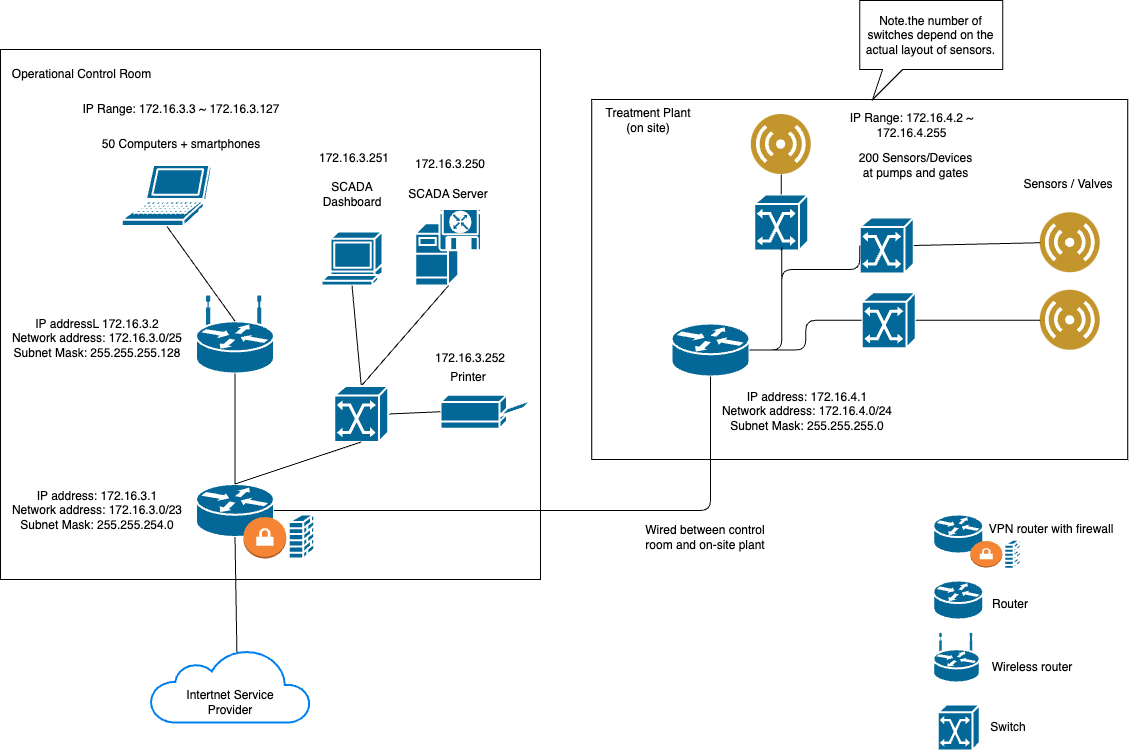
Earlier version of the draw.io export camn/summative/network_design_ope_room.png (JinIgarashi/york-cs-ai-online). Source tidied: cells renumbered, new cells last; positions are measured from the earlier drawing's top-left corner, leaving out a move shared by most shapes. Source of this version:
```xml
<mxGraphModel>
  <root>
    <mxCell id="0" />
    <mxCell id="1" parent="0" />
    <mxCell id="2" style="group;" parent="1" vertex="1">
      <mxGeometry x="150" y="649" width="160" height="73" as="geometry" />
    </mxCell>
    <mxCell id="3" style="html=1;verticalLabelPosition=bottom;align=center;labelBackgroundColor=#ffffff;verticalAlign=top;strokeWidth=2;strokeColor=#0080F0;shadow=0;dashed=0;shape=mxgraph.ios7.icons.cloud;" parent="2" vertex="1">
      <mxGeometry width="160" height="73" as="geometry" />
    </mxCell>
    <mxCell id="4" value="Intertnet Service Provider" style="text;html=1;strokeColor=none;fillColor=none;align=center;verticalAlign=middle;whiteSpace=wrap;rounded=0;" parent="2" vertex="1">
      <mxGeometry x="30" y="33" width="100" height="40" as="geometry" />
    </mxCell>
    <mxCell id="5" style="rounded=0;whiteSpace=wrap;html=1;" parent="1" vertex="1">
      <mxGeometry y="49" width="540" height="530" as="geometry" />
    </mxCell>
    <mxCell id="6" value="Operational Control Room" style="text;html=1;strokeColor=none;fillColor=none;align=center;verticalAlign=middle;whiteSpace=wrap;rounded=0;" parent="1" vertex="1">
      <mxGeometry x="10" y="59" width="143.1" height="30" as="geometry" />
    </mxCell>
    <mxCell id="7" style="shape=mxgraph.cisco.routers.router;sketch=0;html=1;dashed=0;fillColor=#036897;strokeColor=#ffffff;strokeWidth=2;verticalLabelPosition=bottom;verticalAlign=top;align=center;outlineConnect=0;" parent="1" vertex="1">
      <mxGeometry x="195.5" y="483.5" width="78" height="53" as="geometry" />
    </mxCell>
    <mxCell id="8" value="50 Computers + smartphones" style="text;html=1;strokeColor=none;fillColor=none;align=center;verticalAlign=middle;whiteSpace=wrap;rounded=0;" parent="1" vertex="1">
      <mxGeometry x="91.9" y="129" width="177.8" height="30" as="geometry" />
    </mxCell>
    <mxCell id="9" style="shape=mxgraph.cisco.routers.wireless_router;sketch=0;html=1;dashed=0;fillColor=#036897;strokeColor=#ffffff;strokeWidth=2;verticalLabelPosition=bottom;verticalAlign=top;align=center;outlineConnect=0;" parent="1" vertex="1">
      <mxGeometry x="195.5" y="296" width="78" height="77" as="geometry" />
    </mxCell>
    <mxCell id="10" style="shape=mxgraph.cisco.computers_and_peripherals.laptop;sketch=0;html=1;dashed=0;fillColor=#036897;strokeColor=#ffffff;strokeWidth=2;verticalLabelPosition=bottom;verticalAlign=top;align=center;outlineConnect=0;" parent="1" vertex="1">
      <mxGeometry x="121.1" y="164.5" width="90" height="61" as="geometry" />
    </mxCell>
    <mxCell id="11" style="shape=mxgraph.cisco.servers.software_based_server;sketch=0;html=1;dashed=0;fillColor=#036897;strokeColor=#ffffff;strokeWidth=2;verticalLabelPosition=bottom;verticalAlign=top;align=center;outlineConnect=0;" parent="1" vertex="1">
      <mxGeometry x="414.6" y="208" width="67" height="77" as="geometry" />
    </mxCell>
    <mxCell id="12" value="SCADA Server" style="text;html=1;strokeColor=none;fillColor=none;align=center;verticalAlign=middle;whiteSpace=wrap;rounded=0;" parent="1" vertex="1">
      <mxGeometry x="400" y="179" width="96.2" height="30" as="geometry" />
    </mxCell>
    <mxCell id="13" style="endArrow=none;html=1;entryX=0.5;entryY=0;entryDx=0;entryDy=0;entryPerimeter=0;exitX=0.5;exitY=1;exitDx=0;exitDy=0;exitPerimeter=0;edgeStyle=orthogonalEdgeStyle;" parent="1" edge="1" source="9" target="7">
      <mxGeometry relative="1" as="geometry" />
    </mxCell>
    <mxCell id="14" style="endArrow=none;html=1;entryX=0.5;entryY=1;entryDx=0;entryDy=0;entryPerimeter=0;exitX=0.5;exitY=0.32;exitDx=0;exitDy=0;exitPerimeter=0;" parent="1" edge="1" source="9" target="10">
      <mxGeometry relative="1" as="geometry" />
    </mxCell>
    <mxCell id="15" style="endArrow=none;html=1;exitX=0.5;exitY=0;exitDx=0;exitDy=0;exitPerimeter=0;entryX=0.5;entryY=1;entryDx=0;entryDy=0;entryPerimeter=0;" parent="1" edge="1" source="29" target="11">
      <mxGeometry relative="1" as="geometry" />
    </mxCell>
    <mxCell id="16" value="IP address: 172.16.3.1&lt;br&gt;Network address: 172.16.3.0/23&lt;br&gt;Subnet Mask: 255.255.254.0" style="text;html=1;strokeColor=none;fillColor=none;align=center;verticalAlign=middle;whiteSpace=wrap;rounded=0;" parent="1" vertex="1">
      <mxGeometry x="10" y="487.5" width="173.8" height="45" as="geometry" />
    </mxCell>
    <mxCell id="17" value="172.16.3.250" style="text;html=1;strokeColor=none;fillColor=none;align=center;verticalAlign=middle;whiteSpace=wrap;rounded=0;" parent="1" vertex="1">
      <mxGeometry x="400" y="149" width="100" height="30" as="geometry" />
    </mxCell>
    <mxCell id="18" value="IP Range: 172.16.3.3 ~ 172.16.3.127" style="text;html=1;strokeColor=none;fillColor=none;align=center;verticalAlign=middle;whiteSpace=wrap;rounded=0;" parent="1" vertex="1">
      <mxGeometry x="75.7" y="89" width="210" height="40" as="geometry" />
    </mxCell>
    <mxCell id="19" style="dashed=0;verticalLabelPosition=bottom;verticalAlign=top;align=center;html=1;shape=mxgraph.aws3.vpn_gateway;fillColor=#F58534;gradientColor=none;" parent="1" vertex="1">
      <mxGeometry x="242.9" y="516.5" width="42.9" height="41.5" as="geometry" />
    </mxCell>
    <mxCell id="20" style="shape=mxgraph.cisco.security.firewall;sketch=0;html=1;dashed=0;fillColor=#036897;strokeColor=#ffffff;strokeWidth=2;verticalLabelPosition=bottom;verticalAlign=top;align=center;" parent="1" vertex="1">
      <mxGeometry x="288.1" y="514" width="25.5" height="44" as="geometry" />
    </mxCell>
    <mxCell id="21" style="shape=mxgraph.cisco.computers_and_peripherals.printer;sketch=0;html=1;dashed=0;fillColor=#036897;strokeColor=#ffffff;strokeWidth=2;verticalLabelPosition=bottom;verticalAlign=top;align=center;outlineConnect=0;" parent="1" vertex="1">
      <mxGeometry x="440" y="394.2" width="91" height="34" as="geometry" />
    </mxCell>
    <mxCell id="22" style="endArrow=none;html=1;entryX=0;entryY=0.5;entryDx=0;entryDy=0;entryPerimeter=0;exitX=1;exitY=0.5;exitDx=0;exitDy=0;exitPerimeter=0;" parent="1" edge="1" source="29" target="21">
      <mxGeometry relative="1" as="geometry" />
    </mxCell>
    <mxCell id="23" value="Printer" style="text;html=1;strokeColor=none;fillColor=none;align=center;verticalAlign=middle;whiteSpace=wrap;rounded=0;" parent="1" vertex="1">
      <mxGeometry x="420" y="361.5" width="96.2" height="30" as="geometry" />
    </mxCell>
    <mxCell id="24" style="shape=mxgraph.cisco.computers_and_peripherals.terminal;sketch=0;html=1;dashed=0;fillColor=#036897;strokeColor=#ffffff;strokeWidth=2;verticalLabelPosition=bottom;verticalAlign=top;align=center;outlineConnect=0;" parent="1" vertex="1">
      <mxGeometry x="321" y="231" width="61" height="54" as="geometry" />
    </mxCell>
    <mxCell id="25" style="endArrow=none;html=1;exitX=0.5;exitY=0;exitDx=0;exitDy=0;exitPerimeter=0;entryX=0.5;entryY=1;entryDx=0;entryDy=0;entryPerimeter=0;" parent="1" edge="1" source="29" target="24">
      <mxGeometry relative="1" as="geometry" />
    </mxCell>
    <mxCell id="26" value="SCADA Dashboard" style="text;html=1;strokeColor=none;fillColor=none;align=center;verticalAlign=middle;whiteSpace=wrap;rounded=0;" parent="1" vertex="1">
      <mxGeometry x="303.8" y="179" width="96.2" height="30" as="geometry" />
    </mxCell>
    <mxCell id="27" value="172.16.3.251" style="text;html=1;strokeColor=none;fillColor=none;align=center;verticalAlign=middle;whiteSpace=wrap;rounded=0;" parent="1" vertex="1">
      <mxGeometry x="303.8" y="143" width="100" height="30" as="geometry" />
    </mxCell>
    <mxCell id="28" value="172.16.3.252" style="text;html=1;strokeColor=none;fillColor=none;align=center;verticalAlign=middle;whiteSpace=wrap;rounded=0;" parent="1" vertex="1">
      <mxGeometry x="420" y="343" width="100" height="30" as="geometry" />
    </mxCell>
    <mxCell id="29" style="shape=mxgraph.cisco.switches.atm_switch;sketch=0;html=1;dashed=0;fillColor=#036897;strokeColor=#ffffff;strokeWidth=2;verticalLabelPosition=bottom;verticalAlign=top;align=center;outlineConnect=0;" parent="1" vertex="1">
      <mxGeometry x="333.8" y="385.5" width="54" height="56" as="geometry" />
    </mxCell>
    <mxCell id="30" style="endArrow=none;html=1;exitX=0.5;exitY=0;exitDx=0;exitDy=0;exitPerimeter=0;entryX=0.5;entryY=1;entryDx=0;entryDy=0;entryPerimeter=0;" parent="1" edge="1" source="7" target="29">
      <mxGeometry relative="1" as="geometry" />
    </mxCell>
    <mxCell id="31" style="rounded=0;whiteSpace=wrap;html=1;" parent="1" vertex="1">
      <mxGeometry x="591.2" y="99" width="536" height="360" as="geometry" />
    </mxCell>
    <mxCell id="32" value="Treatment Plant&lt;br&gt;(on site)" style="text;html=1;strokeColor=none;fillColor=none;align=center;verticalAlign=middle;whiteSpace=wrap;rounded=0;" parent="1" vertex="1">
      <mxGeometry x="597.8" y="104.5" width="100" height="30" as="geometry" />
    </mxCell>
    <mxCell id="33" style="shape=mxgraph.cisco.routers.router;sketch=0;html=1;dashed=0;fillColor=#036897;strokeColor=#ffffff;strokeWidth=2;verticalLabelPosition=bottom;verticalAlign=top;align=center;outlineConnect=0;" parent="1" vertex="1">
      <mxGeometry x="671" y="323" width="78" height="53" as="geometry" />
    </mxCell>
    <mxCell id="34" value="200 Sensors/Devices&lt;br&gt;at pumps and gates" style="text;html=1;align=center;verticalAlign=middle;strokeColor=none;fillColor=none;" parent="1" vertex="1">
      <mxGeometry x="844.8" y="144.5" width="140" height="40" as="geometry" />
    </mxCell>
    <mxCell id="35" style="perimeter=ellipsePerimeter;html=1;align=center;shadow=0;dashed=0;fontColor=#4277BB;labelBackgroundColor=#ffffff;fontSize=12;spacingTop=3;image;image=img/lib/ibm/users/sensor.svg;" parent="1" vertex="1">
      <mxGeometry x="1039.8" y="289.8" width="60" height="60" as="geometry" />
    </mxCell>
    <mxCell id="36" style="shape=mxgraph.cisco.switches.atm_switch;sketch=0;html=1;dashed=0;fillColor=#036897;strokeColor=#ffffff;strokeWidth=2;verticalLabelPosition=bottom;verticalAlign=top;align=center;outlineConnect=0;" parent="1" vertex="1">
      <mxGeometry x="859.2" y="217" width="54" height="56" as="geometry" />
    </mxCell>
    <mxCell id="37" style="shape=mxgraph.cisco.switches.atm_switch;sketch=0;html=1;dashed=0;fillColor=#036897;strokeColor=#ffffff;strokeWidth=2;verticalLabelPosition=bottom;verticalAlign=top;align=center;outlineConnect=0;" parent="1" vertex="1">
      <mxGeometry x="753.8" y="194" width="54" height="56" as="geometry" />
    </mxCell>
    <mxCell id="38" style="shape=mxgraph.cisco.switches.atm_switch;sketch=0;html=1;dashed=0;fillColor=#036897;strokeColor=#ffffff;strokeWidth=2;verticalLabelPosition=bottom;verticalAlign=top;align=center;outlineConnect=0;" parent="1" vertex="1">
      <mxGeometry x="861.2" y="291.8" width="54" height="56" as="geometry" />
    </mxCell>
    <mxCell id="39" style="perimeter=ellipsePerimeter;html=1;align=center;shadow=0;dashed=0;fontColor=#4277BB;labelBackgroundColor=#ffffff;fontSize=12;spacingTop=3;image;image=img/lib/ibm/users/sensor.svg;" parent="1" vertex="1">
      <mxGeometry x="1039.8" y="212.2" width="60" height="60" as="geometry" />
    </mxCell>
    <mxCell id="40" style="perimeter=ellipsePerimeter;html=1;align=center;shadow=0;dashed=0;fontColor=#4277BB;labelBackgroundColor=#ffffff;fontSize=12;spacingTop=3;image;image=img/lib/ibm/users/sensor.svg;" parent="1" vertex="1">
      <mxGeometry x="750.8" y="114" width="60" height="60" as="geometry" />
    </mxCell>
    <mxCell id="41" style="endArrow=none;html=1;entryX=0;entryY=0.5;entryDx=0;entryDy=0;exitX=1;exitY=0.5;exitDx=0;exitDy=0;exitPerimeter=0;" parent="1" edge="1" source="36" target="39">
      <mxGeometry relative="1" as="geometry" />
    </mxCell>
    <mxCell id="42" style="endArrow=none;html=1;entryX=0.5;entryY=1;entryDx=0;entryDy=0;exitX=0.5;exitY=0;exitDx=0;exitDy=0;exitPerimeter=0;" parent="1" edge="1" source="37" target="40">
      <mxGeometry relative="1" as="geometry" />
    </mxCell>
    <mxCell id="43" style="endArrow=none;html=1;entryX=0;entryY=0.5;entryDx=0;entryDy=0;exitX=1;exitY=0.5;exitDx=0;exitDy=0;exitPerimeter=0;" parent="1" edge="1" source="38" target="35">
      <mxGeometry relative="1" as="geometry" />
    </mxCell>
    <mxCell id="44" style="endArrow=none;html=1;entryX=0;entryY=0.5;entryDx=0;entryDy=0;entryPerimeter=0;exitX=1;exitY=0.5;exitDx=0;exitDy=0;exitPerimeter=0;edgeStyle=orthogonalEdgeStyle;" parent="1" edge="1" source="33" target="36">
      <mxGeometry relative="1" as="geometry">
        <Array as="points">
          <mxPoint x="781.2" y="349" />
          <mxPoint x="781.2" y="269" />
          <mxPoint x="859.2" y="269" />
        </Array>
      </mxGeometry>
    </mxCell>
    <mxCell id="45" style="endArrow=none;html=1;entryX=0.5;entryY=1;entryDx=0;entryDy=0;entryPerimeter=0;exitX=1;exitY=0.5;exitDx=0;exitDy=0;exitPerimeter=0;edgeStyle=orthogonalEdgeStyle;" parent="1" edge="1" source="33" target="37">
      <mxGeometry relative="1" as="geometry">
        <Array as="points">
          <mxPoint x="781.2" y="349" />
          <mxPoint x="781.2" y="245" />
        </Array>
      </mxGeometry>
    </mxCell>
    <mxCell id="46" style="endArrow=none;html=1;entryX=0;entryY=0.5;entryDx=0;entryDy=0;entryPerimeter=0;exitX=1;exitY=0.5;exitDx=0;exitDy=0;exitPerimeter=0;edgeStyle=orthogonalEdgeStyle;" parent="1" edge="1" source="33" target="38">
      <mxGeometry relative="1" as="geometry">
        <Array as="points">
          <mxPoint x="805.2" y="349" />
          <mxPoint x="805.2" y="320" />
        </Array>
      </mxGeometry>
    </mxCell>
    <mxCell id="47" value="Wired between control room and on-site plant" style="text;html=1;strokeColor=none;fillColor=none;align=center;verticalAlign=middle;whiteSpace=wrap;rounded=0;" parent="1" vertex="1">
      <mxGeometry x="630" y="522.2" width="150" height="30" as="geometry" />
    </mxCell>
    <mxCell id="48" value="IP address: 172.16.4.1&lt;br&gt;Network address: 172.16.4.0/24&lt;br&gt;Subnet Mask: 255.255.255.0" style="text;html=1;strokeColor=none;fillColor=none;align=center;verticalAlign=middle;whiteSpace=wrap;rounded=0;" parent="1" vertex="1">
      <mxGeometry x="720" y="385.8" width="173.8" height="50" as="geometry" />
    </mxCell>
    <mxCell id="49" value="IP Range: 172.16.4.2 ~ 172.16.4.255" style="text;html=1;strokeColor=none;fillColor=none;align=center;verticalAlign=middle;whiteSpace=wrap;rounded=0;" parent="1" vertex="1">
      <mxGeometry x="827" y="104.5" width="168.8" height="40" as="geometry" />
    </mxCell>
    <mxCell id="50" value="Sensors / Valves" style="text;html=1;strokeColor=none;fillColor=none;align=center;verticalAlign=middle;whiteSpace=wrap;rounded=0;" parent="1" vertex="1">
      <mxGeometry x="1018.2" y="169" width="100" height="30" as="geometry" />
    </mxCell>
    <mxCell id="51" style="endArrow=none;html=1;exitX=1;exitY=0.5;exitDx=0;exitDy=0;exitPerimeter=0;entryX=0.5;entryY=1;entryDx=0;entryDy=0;entryPerimeter=0;edgeStyle=orthogonalEdgeStyle;" parent="1" edge="1" source="7" target="33">
      <mxGeometry relative="1" as="geometry" />
    </mxCell>
    <mxCell id="52" style="endArrow=none;html=1;entryX=0.5;entryY=1;entryDx=0;entryDy=0;entryPerimeter=0;exitX=0.54;exitY=0.037;exitDx=0;exitDy=0;exitPerimeter=0;" parent="1" edge="1" source="3" target="7">
      <mxGeometry relative="1" as="geometry" />
    </mxCell>
    <mxCell id="53" value="Note.the number of switches depend on the actual layout of sensors." style="shape=callout;whiteSpace=wrap;html=1;perimeter=calloutPerimeter;position2=0.09;size=30;position=0.16;" parent="1" vertex="1">
      <mxGeometry x="859.2" width="143" height="99" as="geometry" />
    </mxCell>
    <mxCell id="54" style="shape=mxgraph.cisco.routers.router;sketch=0;html=1;dashed=0;fillColor=#036897;strokeColor=#ffffff;strokeWidth=2;verticalLabelPosition=bottom;verticalAlign=top;align=center;" parent="1" vertex="1">
      <mxGeometry x="932.8" y="514" width="50" height="39" as="geometry" />
    </mxCell>
    <mxCell id="55" style="shape=mxgraph.cisco.routers.router;sketch=0;html=1;dashed=0;fillColor=#036897;strokeColor=#ffffff;strokeWidth=2;verticalLabelPosition=bottom;verticalAlign=top;align=center;" parent="1" vertex="1">
      <mxGeometry x="932.8" y="580" width="50" height="39" as="geometry" />
    </mxCell>
    <mxCell id="56" style="shape=mxgraph.cisco.switches.atm_switch;sketch=0;html=1;dashed=0;fillColor=#036897;strokeColor=#ffffff;strokeWidth=2;verticalLabelPosition=bottom;verticalAlign=top;align=center;" parent="1" vertex="1">
      <mxGeometry x="937.2" y="704" width="42" height="46" as="geometry" />
    </mxCell>
    <mxCell id="57" value="Router" style="text;html=1;strokeColor=none;fillColor=none;align=center;verticalAlign=middle;whiteSpace=wrap;rounded=0;" parent="1" vertex="1">
      <mxGeometry x="974.8" y="589" width="70" height="30" as="geometry" />
    </mxCell>
    <mxCell id="58" value="Switch" style="text;html=1;strokeColor=none;fillColor=none;align=center;verticalAlign=middle;whiteSpace=wrap;rounded=0;" parent="1" vertex="1">
      <mxGeometry x="974.8" y="712" width="65.5" height="30" as="geometry" />
    </mxCell>
    <mxCell id="59" style="shape=mxgraph.cisco.routers.wireless_router;sketch=0;html=1;dashed=0;fillColor=#036897;strokeColor=#ffffff;strokeWidth=2;verticalLabelPosition=bottom;verticalAlign=top;align=center;" parent="1" vertex="1">
      <mxGeometry x="932.8" y="633" width="46.5" height="49" as="geometry" />
    </mxCell>
    <mxCell id="60" value="Wireless router" style="text;html=1;strokeColor=none;fillColor=none;align=center;verticalAlign=middle;whiteSpace=wrap;rounded=0;" parent="1" vertex="1">
      <mxGeometry x="979.2" y="652" width="105.5" height="30" as="geometry" />
    </mxCell>
    <mxCell id="61" style="dashed=0;verticalLabelPosition=bottom;verticalAlign=top;align=center;html=1;shape=mxgraph.aws3.vpn_gateway;fillColor=#F58534;gradientColor=none;" parent="1" vertex="1">
      <mxGeometry x="969.8" y="540.5" width="32" height="26.5" as="geometry" />
    </mxCell>
    <mxCell id="62" style="shape=mxgraph.cisco.security.firewall;sketch=0;html=1;dashed=0;fillColor=#036897;strokeColor=#ffffff;strokeWidth=2;verticalLabelPosition=bottom;verticalAlign=top;align=center;" parent="1" vertex="1">
      <mxGeometry x="1003.8" y="539.2" width="16.3" height="29" as="geometry" />
    </mxCell>
    <mxCell id="63" value="VPN router with firewall" style="text;html=1;strokeColor=none;fillColor=none;align=center;verticalAlign=middle;whiteSpace=wrap;rounded=0;" parent="1" vertex="1">
      <mxGeometry x="982.8" y="514" width="135.5" height="30" as="geometry" />
    </mxCell>
    <mxCell id="64" value="IP addressL 172.16.3.2&lt;br&gt;Network address: 172.16.3.0/25&lt;br&gt;Subnet Mask: 255.255.255.128" style="text;html=1;strokeColor=none;fillColor=none;align=center;verticalAlign=middle;whiteSpace=wrap;rounded=0;" parent="1" vertex="1">
      <mxGeometry x="10" y="323" width="173.8" height="30" as="geometry" />
    </mxCell>
  </root>
</mxGraphModel>
```
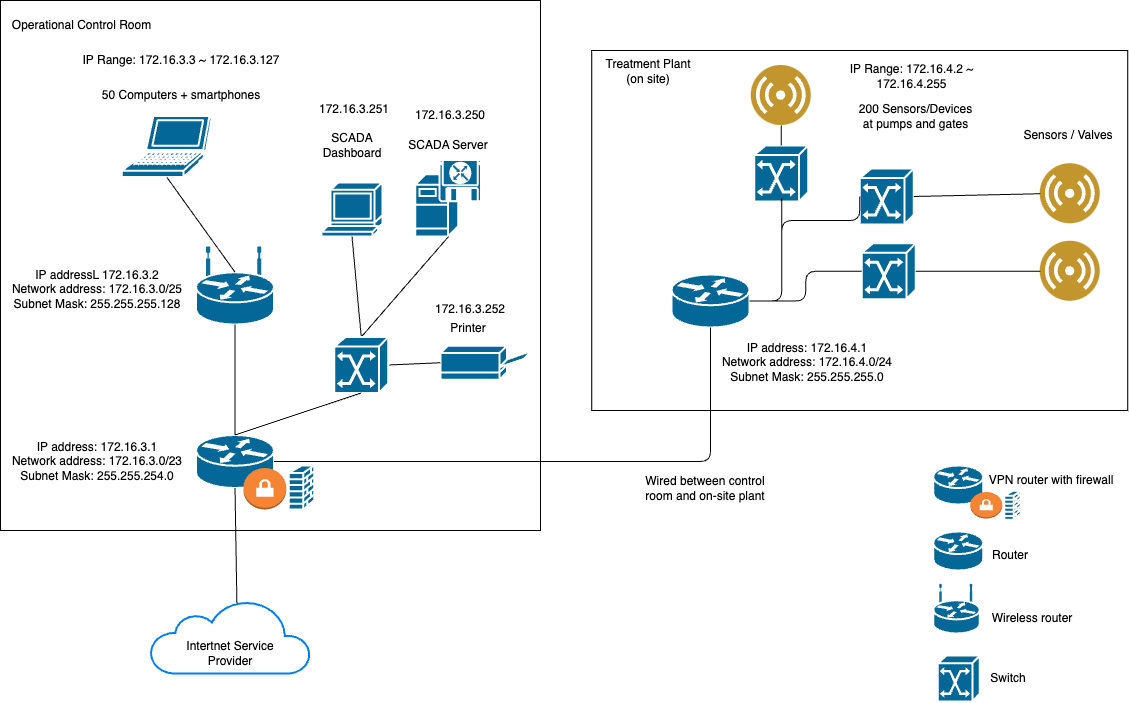
The same diagram one commit later.

The edit, as a diff of the source:
```diff
@@ -171,9 +171,6 @@
     <mxCell id="52" style="endArrow=none;html=1;entryX=0.5;entryY=1;entryDx=0;entryDy=0;entryPerimeter=0;exitX=0.54;exitY=0.037;exitDx=0;exitDy=0;exitPerimeter=0;" parent="1" edge="1" source="3" target="7">
       <mxGeometry relative="1" as="geometry" />
     </mxCell>
-    <mxCell id="53" value="Note.the number of switches depend on the actual layout of sensors." style="shape=callout;whiteSpace=wrap;html=1;perimeter=calloutPerimeter;position2=0.09;size=30;position=0.16;" parent="1" vertex="1">
-      <mxGeometry x="859.2" width="143" height="99" as="geometry" />
-    </mxCell>
     <mxCell id="54" style="shape=mxgraph.cisco.routers.router;sketch=0;html=1;dashed=0;fillColor=#036897;strokeColor=#ffffff;strokeWidth=2;verticalLabelPosition=bottom;verticalAlign=top;align=center;" parent="1" vertex="1">
       <mxGeometry x="932.8" y="514" width="50" height="39" as="geometry" />
     </mxCell>
```
